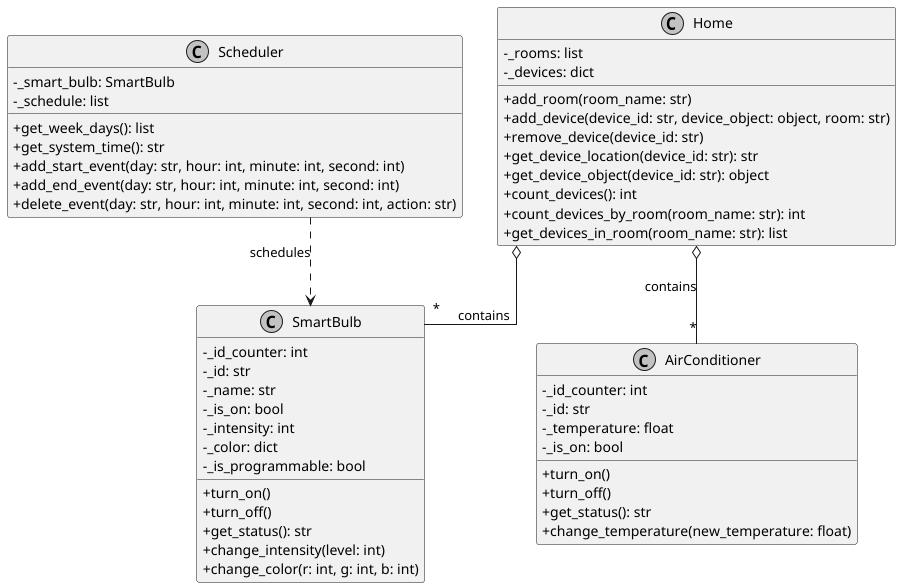
Above: diagram_UML.png in Tsugumik/programacion-uja (PlantUML), before the change.
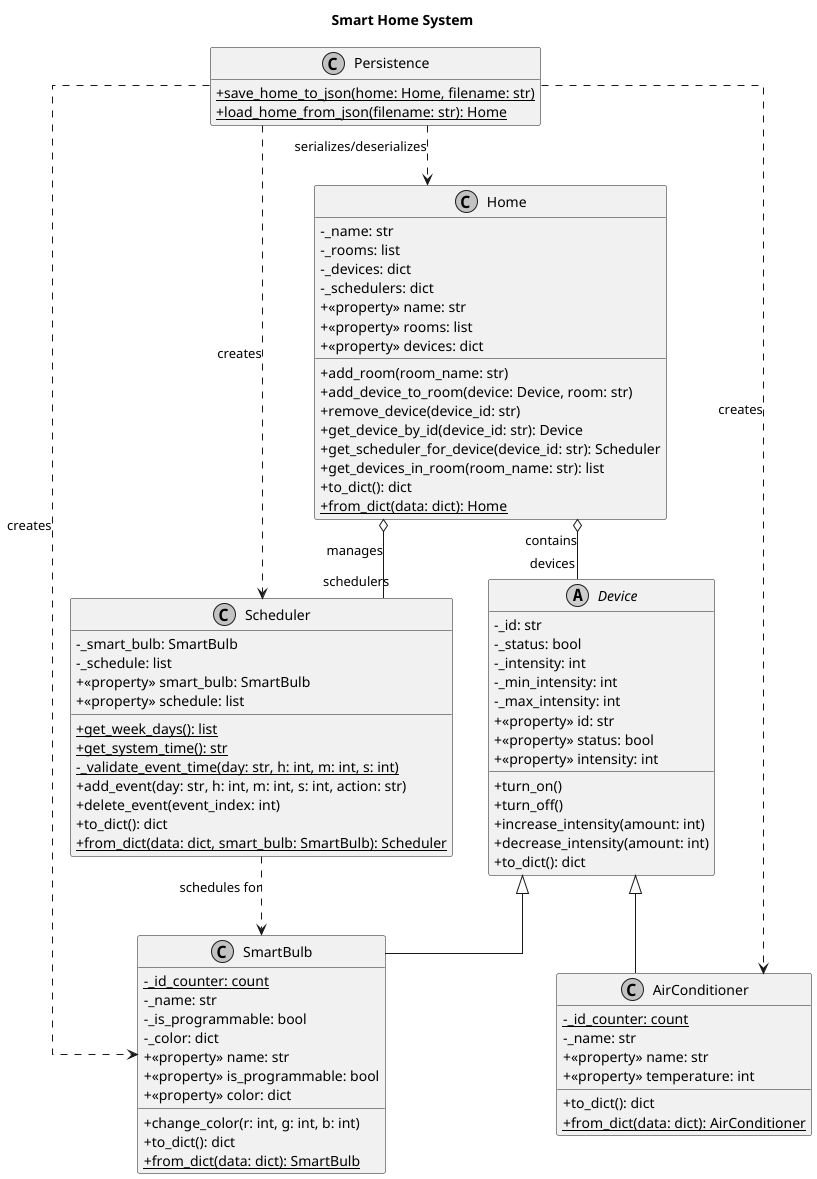
After the change.

What changed in the source:
```diff
@@ -2,58 +2,97 @@
 skinparam classAttributeIconSize 0
 skinparam monochrome true
 skinparam linetype ortho
+hide empty members
+
+title Smart Home System
+
+
+abstract class Device {
+  - _id: str
+  - _status: bool
+  - _intensity: int
+  - _min_intensity: int
+  - _max_intensity: int
+  + <<property>> id: str
+  + <<property>> status: bool
+  + <<property>> intensity: int
+  + turn_on()
+  + turn_off()
+  + increase_intensity(amount: int)
+  + decrease_intensity(amount: int)
+  + to_dict(): dict
+}
 
 class Home {
+  - _name: str
   - _rooms: list
   - _devices: dict
+  - _schedulers: dict
+  + <<property>> name: str
+  + <<property>> rooms: list
+  + <<property>> devices: dict
   + add_room(room_name: str)
-  + add_device(device_id: str, device_object: object, room: str)
+  + add_device_to_room(device: Device, room: str)
   + remove_device(device_id: str)
-  + get_device_location(device_id: str): str
-  + get_device_object(device_id: str): object
-  + count_devices(): int
-  + count_devices_by_room(room_name: str): int
+  + get_device_by_id(device_id: str): Device
+  + get_scheduler_for_device(device_id: str): Scheduler
   + get_devices_in_room(room_name: str): list
-}
-
-class SmartBulb {
-  - _id_counter: int
-  - _id: str
-  - _name: str
-  - _is_on: bool
-  - _intensity: int
-  - _color: dict
-  - _is_programmable: bool
-  + turn_on()
-  + turn_off()
-  + get_status(): str
-  + change_intensity(level: int)
-  + change_color(r: int, g: int, b: int)
-}
-
-class AirConditioner {
-  - _id_counter: int
-  - _id: str
-  - _temperature: float
-  - _is_on: bool
-  + turn_on()
-  + turn_off()
-  + get_status(): str
-  + change_temperature(new_temperature: float)
+  + to_dict(): dict
+  + {static} from_dict(data: dict): Home
 }
 
 class Scheduler {
   - _smart_bulb: SmartBulb
   - _schedule: list
-  + get_week_days(): list
-  + get_system_time(): str
-  + add_start_event(day: str, hour: int, minute: int, second: int)
-  + add_end_event(day: str, hour: int, minute: int, second: int)
-  + delete_event(day: str, hour: int, minute: int, second: int, action: str)
+  + <<property>> smart_bulb: SmartBulb
+  + <<property>> schedule: list
+  + {static} get_week_days(): list
+  + {static} get_system_time(): str
+  - {static} _validate_event_time(day: str, h: int, m: int, s: int)
+  + add_event(day: str, h: int, m: int, s: int, action: str)
+  + delete_event(event_index: int)
+  + to_dict(): dict
+  + {static} from_dict(data: dict, smart_bulb: SmartBulb): Scheduler
 }
 
-Home o-- "*" SmartBulb : contains
-Home o-- "*" AirConditioner : contains
-Scheduler ..> SmartBulb : schedules
+
+class SmartBulb extends Device {
+  - {static} _id_counter: count
+  - _name: str
+  - _is_programmable: bool
+  - _color: dict
+  + <<property>> name: str
+  + <<property>> is_programmable: bool
+  + <<property>> color: dict
+  + change_color(r: int, g: int, b: int)
+  + to_dict(): dict
+  + {static} from_dict(data: dict): SmartBulb
+}
+
+class AirConditioner extends Device {
+  - {static} _id_counter: count
+  - _name: str
+  + <<property>> name: str
+  + <<property>> temperature: int
+  + to_dict(): dict
+  + {static} from_dict(data: dict): AirConditioner
+}
+
+
+class Persistence {
+  + {static} save_home_to_json(home: Home, filename: str)
+  + {static} load_home_from_json(filename: str): Home
+}
+
+
+Home o-- "devices" Device : contains
+Home o-- "schedulers" Scheduler : manages
+
+Scheduler ..> SmartBulb : schedules for
+
+Persistence ..> Home : serializes/deserializes
+Persistence ..> SmartBulb : creates
+Persistence ..> AirConditioner : creates
+Persistence ..> Scheduler : creates
 
 @enduml
```
